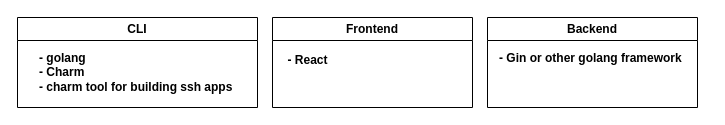
Konrad1991/solarlife keeps this draw.io diagram as Tools.drawio. Above is the earlier version. Source tidied: cells renumbered, new cells numbered last; positions are measured from the earlier drawing's top-left corner, leaving out a move shared by most shapes. Both pictures are drawn from the tidied source at 100%, with x=0, y=0 at pixel (17, 17).
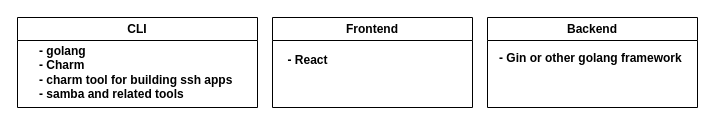
The same page after the edit.

Diff of the diagram source:
```diff
@@
 <mxGraphModel>
   <root>
     <mxCell id="0" />
     <mxCell id="1" parent="0" />
     <mxCell id="2" value="CLI" style="swimlane;whiteSpace=wrap;html=1;" parent="1" vertex="1">
       <mxGeometry width="240" height="90" as="geometry" />
     </mxCell>
-    <mxCell id="3" value="&lt;div align=&quot;left&quot;&gt;&lt;b&gt;- golang&lt;/b&gt;&lt;/div&gt;&lt;div align=&quot;left&quot;&gt;&lt;b&gt;- Charm&lt;/b&gt;&lt;/div&gt;&lt;div align=&quot;left&quot;&gt;&lt;b&gt;- charm tool for building ssh apps&lt;br&gt;&lt;/b&gt;&lt;/div&gt;" style="text;html=1;align=left;verticalAlign=middle;strokeColor=none;fillColor=none;" parent="2" vertex="1">
-      <mxGeometry x="20" y="25" width="220" height="60" as="geometry" />
+    <mxCell id="3" value="&lt;div align=&quot;left&quot;&gt;&lt;b&gt;- golang&lt;/b&gt;&lt;/div&gt;&lt;div align=&quot;left&quot;&gt;&lt;b&gt;- Charm&lt;/b&gt;&lt;/div&gt;&lt;div align=&quot;left&quot;&gt;&lt;b&gt;- charm tool for building ssh apps&lt;/b&gt;&lt;/div&gt;&lt;div align=&quot;left&quot;&gt;&lt;b&gt;- samba and related tools&lt;br&gt;&lt;/b&gt;&lt;/div&gt;" style="text;html=1;align=left;verticalAlign=middle;strokeColor=none;fillColor=none;" parent="2" vertex="1">
+      <mxGeometry x="20" y="20" width="220" height="70" as="geometry" />
     </mxCell>
     <mxCell id="4" value="Frontend" style="swimlane;whiteSpace=wrap;html=1;" parent="1" vertex="1">
       <mxGeometry x="255" width="200" height="90" as="geometry" />
     </mxCell>
     <mxCell id="5" value="Backend" style="swimlane;whiteSpace=wrap;html=1;" parent="1" vertex="1">
       <mxGeometry x="470" width="210" height="90" as="geometry" />
     </mxCell>
     <mxCell id="6" value="&lt;div align=&quot;left&quot;&gt;&lt;b&gt;- Gin or other golang framework&lt;/b&gt;&lt;/div&gt;&lt;div align=&quot;left&quot;&gt;&lt;b&gt;&lt;br&gt;&lt;/b&gt;&lt;/div&gt;" style="text;html=1;align=left;verticalAlign=middle;strokeColor=none;fillColor=none;" parent="5" vertex="1">
       <mxGeometry x="10" y="28" width="210" height="40" as="geometry" />
     </mxCell>
     <mxCell id="7" value="&lt;b&gt;- React &lt;/b&gt;" style="text;html=1;align=center;verticalAlign=middle;strokeColor=none;fillColor=none;" parent="1" vertex="1">
       <mxGeometry x="260" y="28" width="60" height="30" as="geometry" />
     </mxCell>
   </root>
 </mxGraphModel>
```
